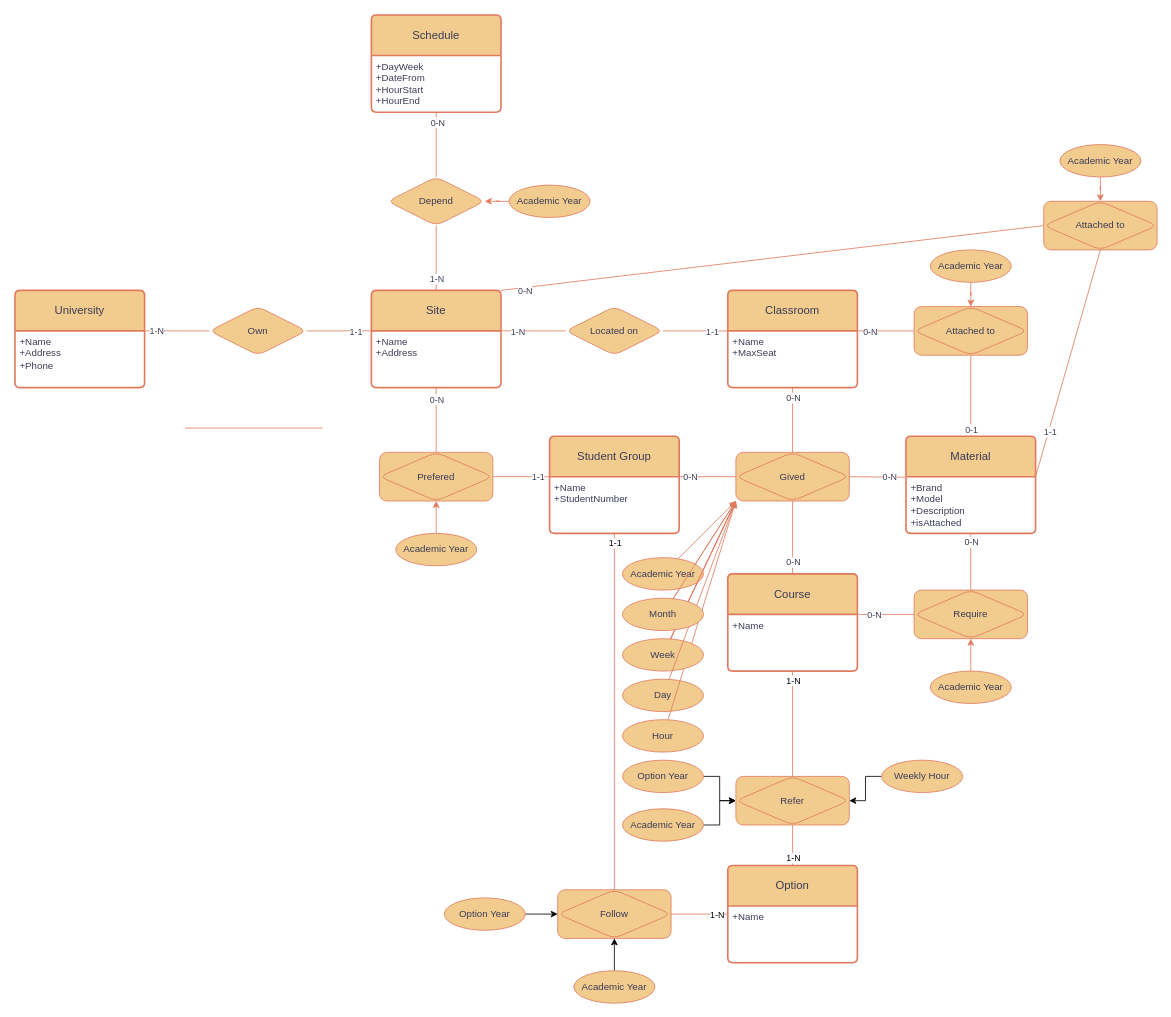
Above: EA_Diagram.drawio in fratjo/Calempus360 (draw.io), before the change. Source tidied: cells renumbered, new cells numbered last; positions are measured from the earlier drawing's top-left corner, leaving out a move shared by most shapes. Both pictures are drawn from the tidied source at 81%, with x=0, y=0 at pixel (15, 15).
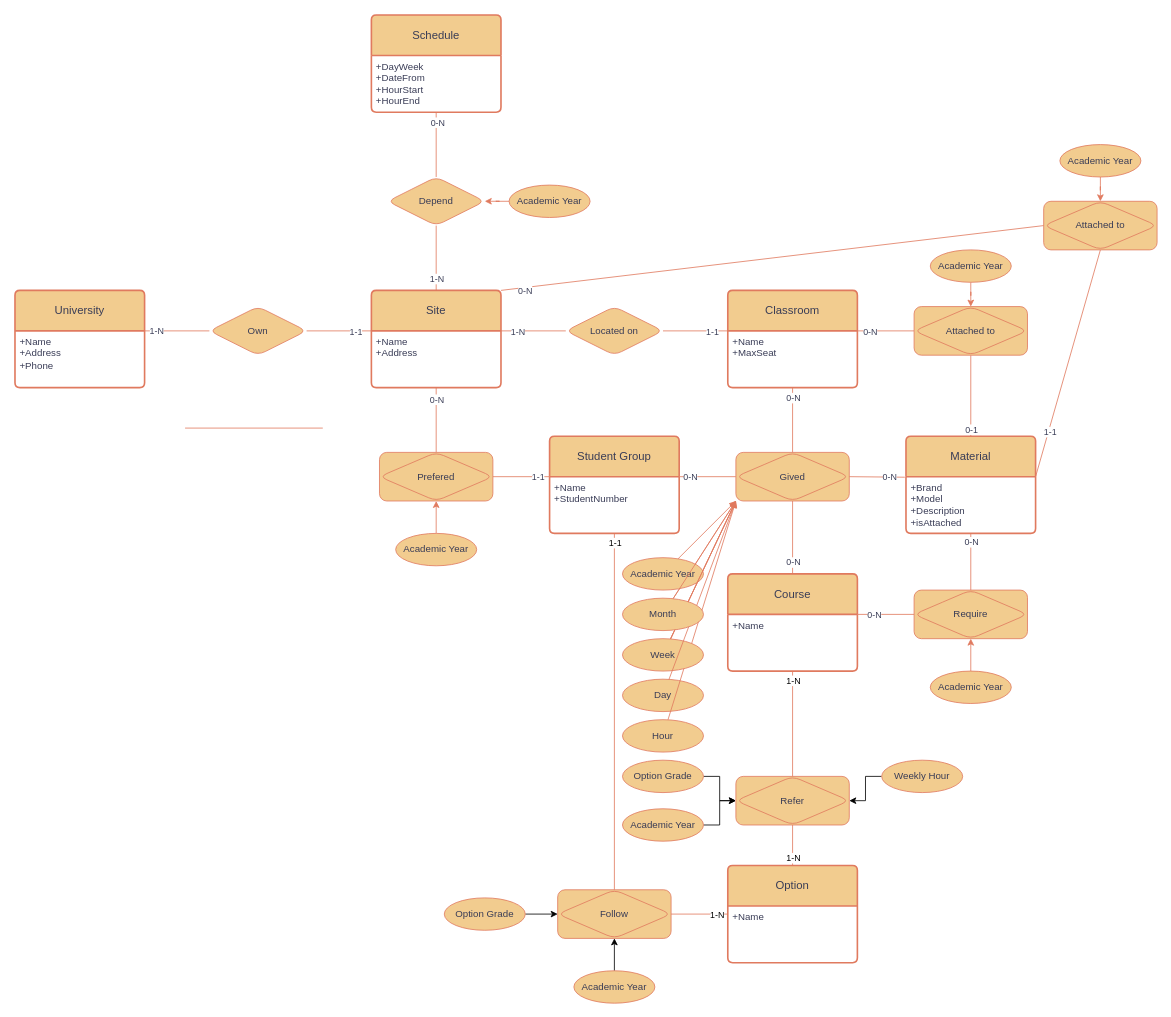
Above is the later version.

Commit message:
Update EA : option_grade

Change to the diagram source:
```diff
@@
-    <mxCell id="97" value="Option Year" style="ellipse;whiteSpace=wrap;html=1;align=center;rounded=1;strokeColor=#E07A5F;fontColor=#393C56;fillColor=#F2CC8F;" parent="1" vertex="1">
+    <mxCell id="97" value="Option Grade" style="ellipse;whiteSpace=wrap;html=1;align=center;rounded=1;strokeColor=#E07A5F;fontColor=#393C56;fillColor=#F2CC8F;" parent="1" vertex="1">
       <mxGeometry x="750" y="920" width="100" height="40" as="geometry" />
     </mxCell>
@@
-    <mxCell id="99" value="Option Year" style="ellipse;whiteSpace=wrap;html=1;align=center;rounded=1;strokeColor=#E07A5F;fontColor=#393C56;fillColor=#F2CC8F;" parent="1" vertex="1">
+    <mxCell id="99" value="Option Grade" style="ellipse;whiteSpace=wrap;html=1;align=center;rounded=1;strokeColor=#E07A5F;fontColor=#393C56;fillColor=#F2CC8F;" parent="1" vertex="1">
       <mxGeometry x="530" y="1090" width="100" height="40" as="geometry" />
     </mxCell>
```
